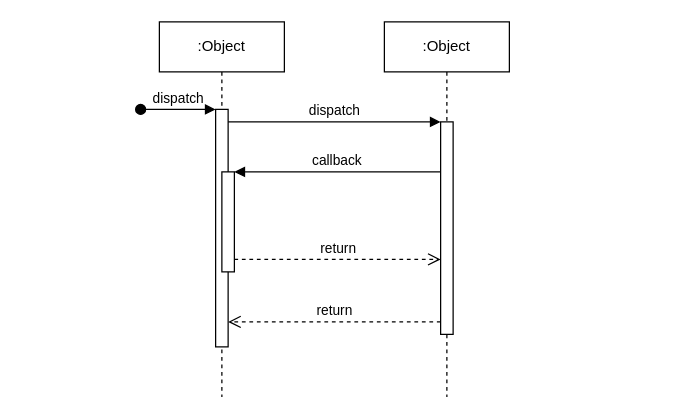
Before: Untitled Diagram.drawio in phyllomenous/PM3_DomainModel, a draw.io diagram. Source tidied: cells renumbered, new cells numbered last; positions are measured from the earlier drawing's top-left corner, leaving out a move shared by most shapes. Both pictures are drawn from the tidied source at 125%, with x=0, y=0 at pixel (140, 21).
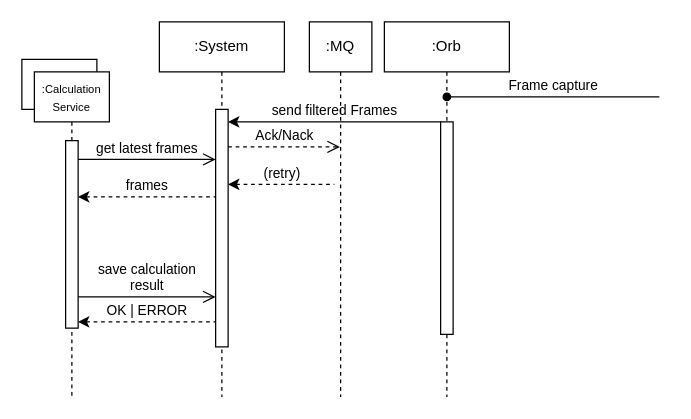
The same page after the edit.

Commit message:
update SWEN6_SSD

The change refers to these unchanged cells:
```xml
<mxCell id="3" style="html=1;points=[];perimeter=orthogonalPerimeter;outlineConnect=0;targetShapes=umlLifeline;portConstraint=eastwest;newEdgeStyle={&quot;edgeStyle&quot;:&quot;elbowEdgeStyle&quot;,&quot;elbow&quot;:&quot;vertical&quot;,&quot;curved&quot;:0,&quot;rounded&quot;:0};" parent="2" vertex="1">
  <mxGeometry x="45" y="70" width="10" height="190" as="geometry" />
</mxCell>
<mxCell id="7" style="html=1;points=[];perimeter=orthogonalPerimeter;outlineConnect=0;targetShapes=umlLifeline;portConstraint=eastwest;newEdgeStyle={&quot;edgeStyle&quot;:&quot;elbowEdgeStyle&quot;,&quot;elbow&quot;:&quot;vertical&quot;,&quot;curved&quot;:0,&quot;rounded&quot;:0};" parent="6" vertex="1">
  <mxGeometry x="45" y="80" width="10" height="170" as="geometry" />
</mxCell>
```

The edit, as a diff of the source:
```diff
@@
+    <mxCell id="12" style="rounded=0;whiteSpace=wrap;html=1;" parent="1" vertex="1">
+      <mxGeometry x="-95" y="30" width="60" height="40" as="geometry" />
+    </mxCell>
-    <mxCell id="2" value=":Object" style="shape=umlLifeline;perimeter=lifelinePerimeter;whiteSpace=wrap;html=1;newEdgeStyle={&quot;edgeStyle&quot;:&quot;elbowEdgeStyle&quot;,&quot;elbow&quot;:&quot;vertical&quot;,&quot;curved&quot;:0,&quot;rounded&quot;:0};" parent="1" vertex="1">
+    <mxCell id="2" value=":System" style="shape=umlLifeline;perimeter=lifelinePerimeter;whiteSpace=wrap;html=1;newEdgeStyle={&quot;edgeStyle&quot;:&quot;elbowEdgeStyle&quot;,&quot;elbow&quot;:&quot;vertical&quot;,&quot;curved&quot;:0,&quot;rounded&quot;:0};" parent="1" vertex="1">
       <mxGeometry x="15" width="100" height="300" as="geometry" />
     </mxCell>
@@
-    <mxCell id="4" value="dispatch" style="html=1;verticalAlign=bottom;startArrow=oval;endArrow=block;startSize=8;edgeStyle=elbowEdgeStyle;elbow=vertical;curved=0;rounded=0;" parent="2" edge="1" target="3">
-      <mxGeometry relative="1" as="geometry">
-        <mxPoint x="-15" y="70" as="sourcePoint" />
-      </mxGeometry>
-    </mxCell>
-    <mxCell id="5" style="html=1;points=[];perimeter=orthogonalPerimeter;outlineConnect=0;targetShapes=umlLifeline;portConstraint=eastwest;newEdgeStyle={&quot;edgeStyle&quot;:&quot;elbowEdgeStyle&quot;,&quot;elbow&quot;:&quot;vertical&quot;,&quot;curved&quot;:0,&quot;rounded&quot;:0};" parent="2" vertex="1">
-      <mxGeometry x="50" y="120" width="10" height="80" as="geometry" />
-    </mxCell>
-    <mxCell id="6" value=":Object" style="shape=umlLifeline;perimeter=lifelinePerimeter;whiteSpace=wrap;html=1;newEdgeStyle={&quot;edgeStyle&quot;:&quot;elbowEdgeStyle&quot;,&quot;elbow&quot;:&quot;vertical&quot;,&quot;curved&quot;:0,&quot;rounded&quot;:0};" parent="1" vertex="1">
+    <mxCell id="6" value=":Orb" style="shape=umlLifeline;perimeter=lifelinePerimeter;whiteSpace=wrap;html=1;newEdgeStyle={&quot;edgeStyle&quot;:&quot;elbowEdgeStyle&quot;,&quot;elbow&quot;:&quot;vertical&quot;,&quot;curved&quot;:0,&quot;rounded&quot;:0};" parent="1" vertex="1">
       <mxGeometry x="195" width="100" height="300" as="geometry" />
     </mxCell>
@@
-    <mxCell id="8" value="dispatch" style="html=1;verticalAlign=bottom;endArrow=block;edgeStyle=elbowEdgeStyle;elbow=vertical;curved=0;rounded=0;" parent="1" edge="1" source="3" target="7">
+    <mxCell id="8" value="send filtered Frames" style="html=1;verticalAlign=bottom;endArrow=none;edgeStyle=elbowEdgeStyle;elbow=vertical;curved=0;rounded=0;endFill=0;startArrow=classic;startFill=1;" parent="1" edge="1" source="3" target="7">
       <mxGeometry relative="1" as="geometry">
         <Array as="points">
           <mxPoint x="155" y="80" />
         </Array>
       </mxGeometry>
     </mxCell>
-    <mxCell id="9" value="return" style="html=1;verticalAlign=bottom;endArrow=open;dashed=1;endSize=8;edgeStyle=elbowEdgeStyle;elbow=vertical;curved=0;rounded=0;" parent="1" edge="1" source="7" target="3">
-      <mxGeometry relative="1" as="geometry">
-        <Array as="points">
-          <mxPoint x="165" y="240" />
-        </Array>
-      </mxGeometry>
-    </mxCell>
-    <mxCell id="10" value="callback" style="html=1;verticalAlign=bottom;endArrow=block;edgeStyle=elbowEdgeStyle;elbow=vertical;curved=0;rounded=0;" parent="1" edge="1" source="7" target="5">
-      <mxGeometry relative="1" as="geometry">
-        <Array as="points">
-          <mxPoint x="165" y="120" />
-        </Array>
-      </mxGeometry>
-    </mxCell>
-    <mxCell id="11" value="return" style="html=1;verticalAlign=bottom;endArrow=open;dashed=1;endSize=8;edgeStyle=elbowEdgeStyle;elbow=vertical;curved=0;rounded=0;" parent="1" edge="1" source="5" target="7">
-      <mxGeometry relative="1" as="geometry">
-        <Array as="points">
-          <mxPoint x="155" y="190" />
-        </Array>
-      </mxGeometry>
-    </mxCell>
+    <mxCell id="13" value=":MQ" style="shape=umlLifeline;perimeter=lifelinePerimeter;whiteSpace=wrap;html=1;outlineConnect=0;portConstraint=eastwest;newEdgeStyle={&quot;edgeStyle&quot;:&quot;elbowEdgeStyle&quot;,&quot;elbow&quot;:&quot;vertical&quot;,&quot;curved&quot;:0,&quot;rounded&quot;:0};" parent="1" vertex="1">
+      <mxGeometry x="135" width="50" height="300" as="geometry" />
+    </mxCell>
+    <mxCell id="14" value="Ack/Nack" style="html=1;verticalAlign=bottom;endArrow=open;dashed=1;endSize=8;edgeStyle=elbowEdgeStyle;elbow=vertical;curved=0;rounded=0;" parent="1" edge="1" source="3" target="13">
+      <mxGeometry relative="1" as="geometry">
+        <Array as="points">
+          <mxPoint x="115" y="100" />
+        </Array>
+      </mxGeometry>
+    </mxCell>
+    <mxCell id="15" value="Frame capture" style="html=1;verticalAlign=bottom;endArrow=none;edgeStyle=elbowEdgeStyle;elbow=vertical;curved=0;rounded=0;endFill=0;startArrow=oval;startFill=1;" parent="1" edge="1">
+      <mxGeometry relative="1" as="geometry">
+        <mxPoint x="245" y="60" as="sourcePoint" />
+        <mxPoint x="415" y="60" as="targetPoint" />
+        <Array as="points">
+          <mxPoint x="330" y="60" />
+        </Array>
+      </mxGeometry>
+    </mxCell>
+    <mxCell id="16" value="&lt;font style=&quot;font-size: 9px;&quot;&gt;:Calculation&lt;br&gt;Service&lt;/font&gt;" style="shape=umlLifeline;perimeter=lifelinePerimeter;whiteSpace=wrap;html=1;newEdgeStyle={&quot;edgeStyle&quot;:&quot;elbowEdgeStyle&quot;,&quot;elbow&quot;:&quot;vertical&quot;,&quot;curved&quot;:0,&quot;rounded&quot;:0};" parent="1" vertex="1">
+      <mxGeometry x="-85" y="40" width="60" height="260" as="geometry" />
+    </mxCell>
+    <mxCell id="17" style="html=1;points=[];perimeter=orthogonalPerimeter;outlineConnect=0;targetShapes=umlLifeline;portConstraint=eastwest;newEdgeStyle={&quot;edgeStyle&quot;:&quot;elbowEdgeStyle&quot;,&quot;elbow&quot;:&quot;vertical&quot;,&quot;curved&quot;:0,&quot;rounded&quot;:0};" parent="16" vertex="1">
+      <mxGeometry x="25" y="55" width="10" height="150" as="geometry" />
+    </mxCell>
+    <mxCell id="18" value="get latest frames" style="html=1;verticalAlign=bottom;endArrow=open;endSize=8;edgeStyle=elbowEdgeStyle;elbow=vertical;curved=0;rounded=0;" parent="1" edge="1" source="17" target="3">
+      <mxGeometry relative="1" as="geometry">
+        <Array as="points">
+          <mxPoint y="110" />
+        </Array>
+      </mxGeometry>
+    </mxCell>
+    <mxCell id="19" value="frames" style="html=1;verticalAlign=bottom;endArrow=none;endSize=8;edgeStyle=elbowEdgeStyle;elbow=vertical;curved=0;rounded=0;startArrow=classic;startFill=1;endFill=0;dashed=1;" parent="1" edge="1" source="17" target="3">
+      <mxGeometry relative="1" as="geometry">
+        <Array as="points">
+          <mxPoint x="35" y="140" />
+          <mxPoint y="140" />
+        </Array>
+      </mxGeometry>
+    </mxCell>
+    <mxCell id="20" value="save calculation&lt;br&gt;&lt;div&gt;result&lt;/div&gt;" style="html=1;verticalAlign=bottom;endArrow=open;endSize=8;edgeStyle=elbowEdgeStyle;elbow=vertical;curved=0;rounded=0;" parent="1" edge="1" source="17" target="3">
+      <mxGeometry relative="1" as="geometry">
+        <Array as="points">
+          <mxPoint y="220" />
+        </Array>
+      </mxGeometry>
+    </mxCell>
+    <mxCell id="21" value="OK | ERROR" style="html=1;verticalAlign=bottom;endArrow=none;endSize=8;edgeStyle=elbowEdgeStyle;elbow=vertical;curved=0;rounded=0;startArrow=classic;startFill=1;endFill=0;dashed=1;" parent="1" edge="1" source="17" target="3">
+      <mxGeometry relative="1" as="geometry">
+        <Array as="points">
+          <mxPoint y="240" />
+        </Array>
+      </mxGeometry>
+    </mxCell>
+    <mxCell id="22" value="(retry)" style="html=1;verticalAlign=bottom;endArrow=none;endSize=8;edgeStyle=elbowEdgeStyle;elbow=vertical;curved=0;rounded=0;startArrow=classic;startFill=1;endFill=0;dashed=1;entryX=0.4;entryY=0.433;entryDx=0;entryDy=0;entryPerimeter=0;" parent="1" edge="1" source="3" target="13">
+      <mxGeometry relative="1" as="geometry">
+        <Array as="points">
+          <mxPoint x="120" y="130" />
+        </Array>
+      </mxGeometry>
+    </mxCell>
```
